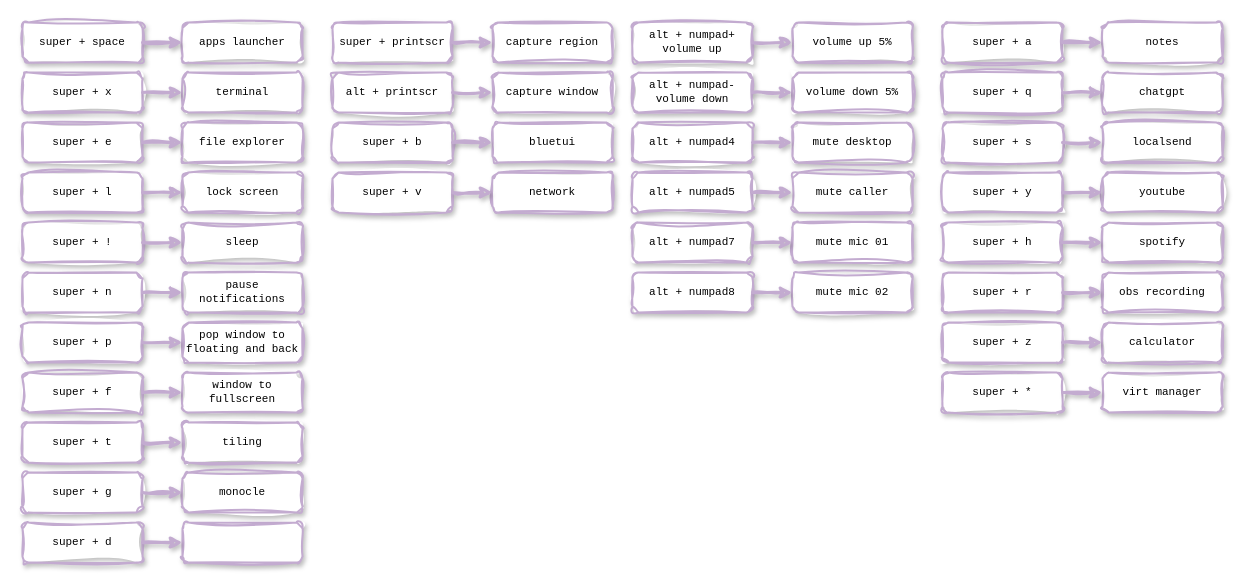
alainpham/dwm-flexipatch keeps this draw.io diagram as shortcutmap/keymap.drawio. Above is the earlier version. Source tidied: cells renumbered, new cells numbered last; positions are measured from the earlier drawing's top-left corner, leaving out a move shared by most shapes. Both pictures are drawn from the tidied source at 100%, with x=0, y=0 at pixel (22, 22).
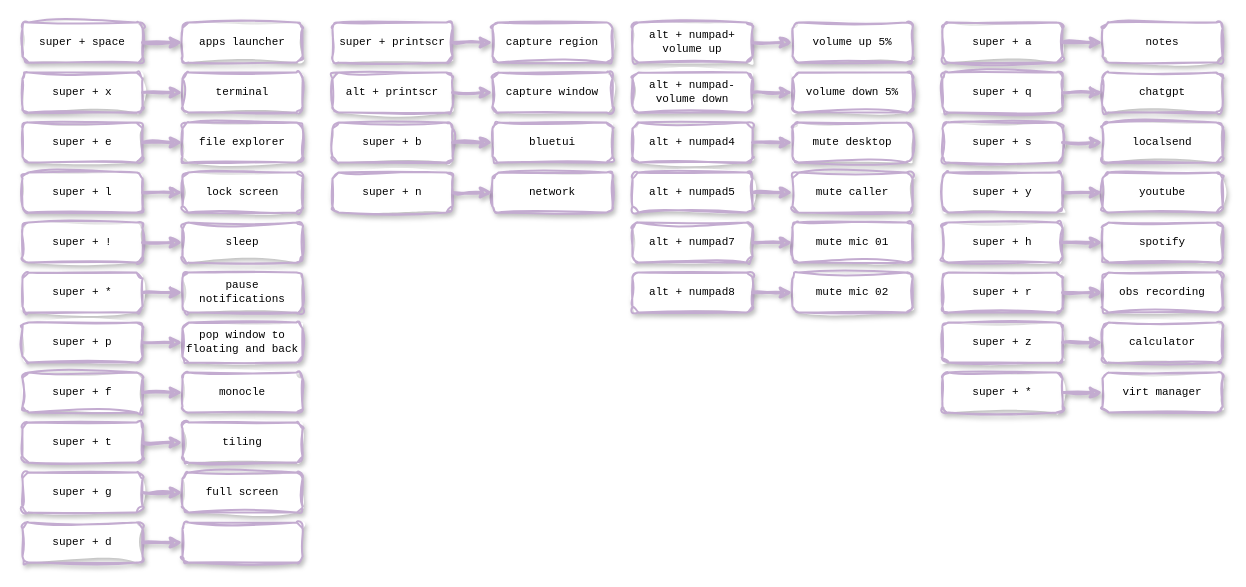
After the change.

Commit message (it also covers changes not shown here):
toggle floating

Change to the diagram source:
```diff
@@
-    <mxCell id="41" value="super + n" style="rounded=1;whiteSpace=wrap;html=1;sketch=1;curveFitting=1;jiggle=2;glass=0;shadow=1;strokeColor=#C3ABD0;strokeWidth=2;align=center;verticalAlign=middle;fontFamily=Courier New;fontSize=11;fontColor=default;fillColor=default;" parent="1" vertex="1">
+    <mxCell id="41" value="super + *" style="rounded=1;whiteSpace=wrap;html=1;sketch=1;curveFitting=1;jiggle=2;glass=0;shadow=1;strokeColor=#C3ABD0;strokeWidth=2;align=center;verticalAlign=middle;fontFamily=Courier New;fontSize=11;fontColor=default;fillColor=default;" parent="1" vertex="1">
       <mxGeometry y="250" width="120" height="40" as="geometry" />
     </mxCell>
@@
-    <mxCell id="68" value="super + v" style="rounded=1;whiteSpace=wrap;html=1;sketch=1;curveFitting=1;jiggle=2;glass=0;shadow=1;strokeColor=#C3ABD0;strokeWidth=2;align=center;verticalAlign=middle;fontFamily=Courier New;fontSize=11;fontColor=default;fillColor=default;" parent="1" vertex="1">
+    <mxCell id="68" value="super + n" style="rounded=1;whiteSpace=wrap;html=1;sketch=1;curveFitting=1;jiggle=2;glass=0;shadow=1;strokeColor=#C3ABD0;strokeWidth=2;align=center;verticalAlign=middle;fontFamily=Courier New;fontSize=11;fontColor=default;fillColor=default;" parent="1" vertex="1">
       <mxGeometry x="310" y="150" width="120" height="40" as="geometry" />
     </mxCell>
@@
-    <mxCell id="81" value="window to fullscreen" style="whiteSpace=wrap;html=1;strokeColor=#C3ABD0;rounded=1;sketch=1;curveFitting=1;jiggle=2;glass=0;shadow=1;strokeWidth=2;fontFamily=Courier New;fontSize=11;" parent="1" vertex="1">
+    <mxCell id="81" value="monocle" style="whiteSpace=wrap;html=1;strokeColor=#C3ABD0;rounded=1;sketch=1;curveFitting=1;jiggle=2;glass=0;shadow=1;strokeWidth=2;fontFamily=Courier New;fontSize=11;" parent="1" vertex="1">
       <mxGeometry x="160" y="350" width="120" height="40" as="geometry" />
     </mxCell>
@@
-    <mxCell id="87" value="monocle" style="whiteSpace=wrap;html=1;strokeColor=#C3ABD0;rounded=1;sketch=1;curveFitting=1;jiggle=2;glass=0;shadow=1;strokeWidth=2;fontFamily=Courier New;fontSize=11;" parent="1" vertex="1">
+    <mxCell id="87" value="full screen" style="whiteSpace=wrap;html=1;strokeColor=#C3ABD0;rounded=1;sketch=1;curveFitting=1;jiggle=2;glass=0;shadow=1;strokeWidth=2;fontFamily=Courier New;fontSize=11;" parent="1" vertex="1">
       <mxGeometry x="160" y="450" width="120" height="40" as="geometry" />
     </mxCell>
```
